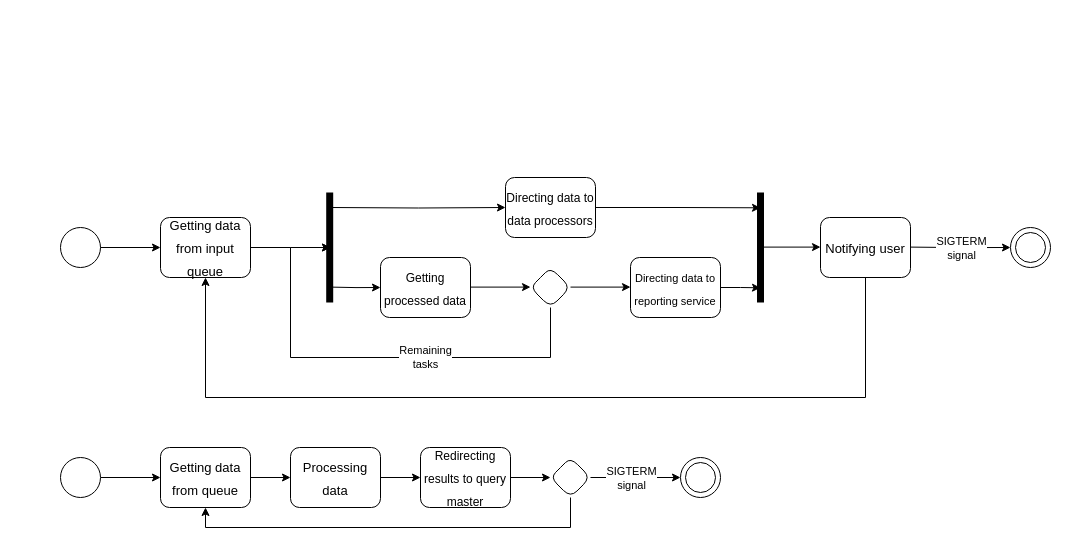
Earlier version of the draw.io diagram page "Diagrama de estados" (4 of 6) of diagrams/diagramas.drawio (mateogdupont/escalabilidad). Source tidied: cells renumbered, new cells numbered last; positions are measured from the earlier drawing's top-left corner, leaving out a move shared by most shapes. Both pictures are drawn from the tidied source at 100%, with x=0, y=0 at pixel (60, 177).
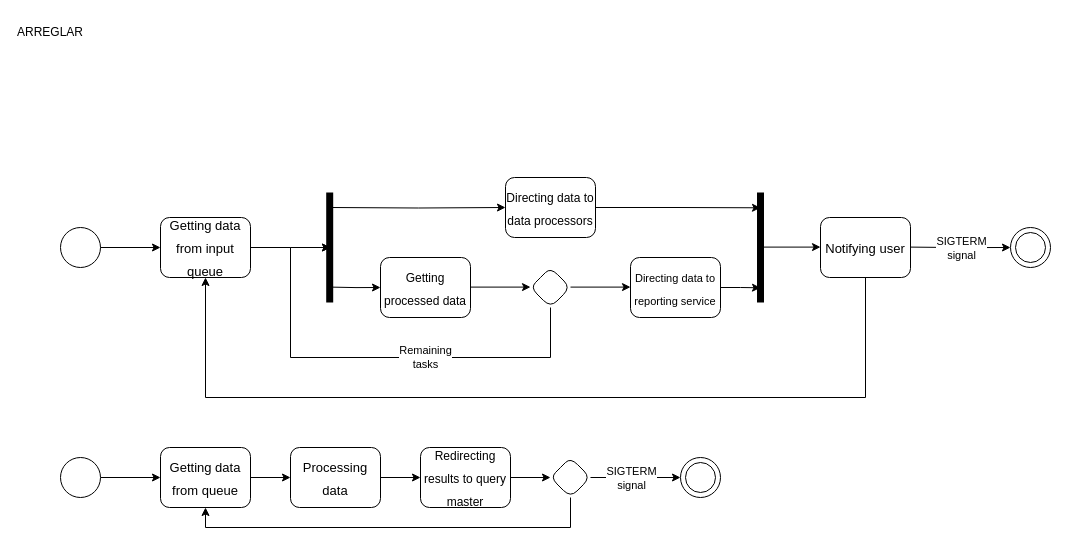
Above is the later version.

Diff of the diagram source:
```diff
@@
+    <mxCell id="42" value="ARREGLAR" style="text;html=1;align=center;verticalAlign=middle;whiteSpace=wrap;rounded=0;" parent="1" vertex="1">
+      <mxGeometry x="-40" y="-160" width="60" height="30" as="geometry" />
+    </mxCell>
```
